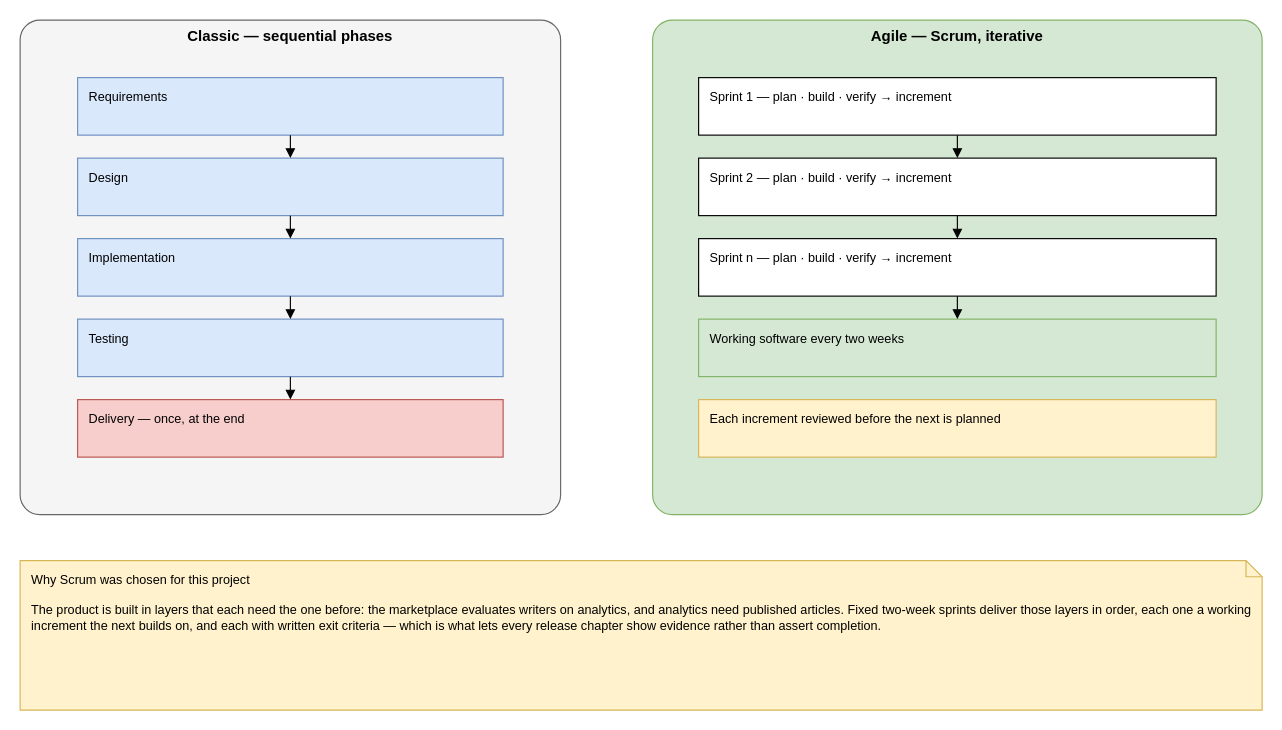
inkwell-dev/spec.inkwell.ai keeps this draw.io diagram as diagrams/fig-1-2-waterfall-vs-agile/fig-1-2-waterfall-vs-agile.drawio. Above is the earlier version. Source tidied: cells renumbered, new cells numbered last; positions are measured from the earlier drawing's top-left corner, leaving out a move shared by most shapes. Both pictures are drawn from the tidied source at 115%, with x=0, y=0 at pixel (20, 20).
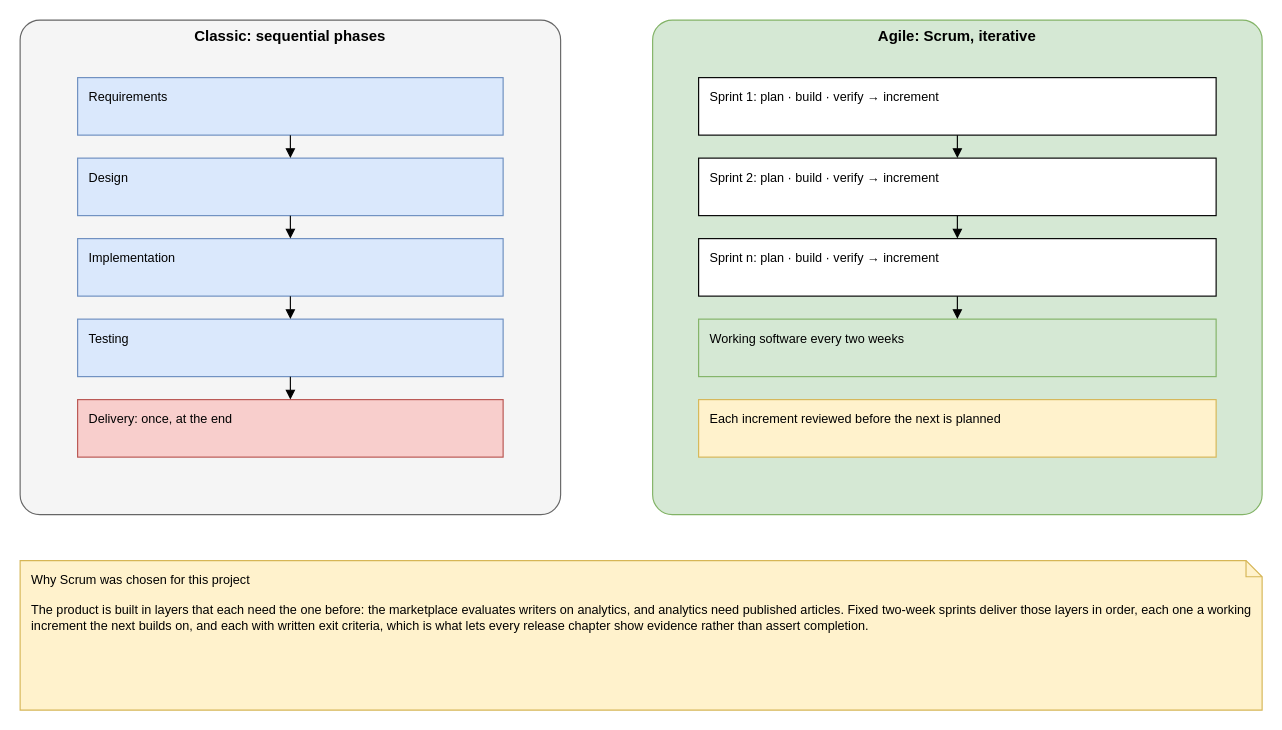
The same diagram, later.

Change to the diagram source:
```diff
@@
-    <mxCell id="2" value="Classic — sequential phases" style="rounded=1;whiteSpace=wrap;html=1;verticalAlign=top;fontStyle=1;fontSize=13;arcSize=4;fillColor=#F5F5F5;strokeColor=#666666;" parent="1" vertex="1">
+    <mxCell id="2" value="Classic: sequential phases" style="rounded=1;whiteSpace=wrap;html=1;verticalAlign=top;fontStyle=1;fontSize=13;arcSize=4;fillColor=#F5F5F5;strokeColor=#666666;" parent="1" vertex="1">
       <mxGeometry width="470" height="430" as="geometry" />
     </mxCell>
@@
-    <mxCell id="7" value="Delivery — once, at the end" style="rounded=0;whiteSpace=wrap;html=1;verticalAlign=top;align=left;spacingLeft=8;spacingTop=4;fontSize=11;fillColor=#F8CECC;strokeColor=#B85450;" parent="1" vertex="1">
+    <mxCell id="7" value="Delivery: once, at the end" style="rounded=0;whiteSpace=wrap;html=1;verticalAlign=top;align=left;spacingLeft=8;spacingTop=4;fontSize=11;fillColor=#F8CECC;strokeColor=#B85450;" parent="1" vertex="1">
       <mxGeometry x="50" y="330" width="370" height="50" as="geometry" />
     </mxCell>
-    <mxCell id="8" value="Agile — Scrum, iterative" style="rounded=1;whiteSpace=wrap;html=1;verticalAlign=top;fontStyle=1;fontSize=13;arcSize=4;fillColor=#D5E8D4;strokeColor=#82B366;" parent="1" vertex="1">
+    <mxCell id="8" value="Agile: Scrum, iterative" style="rounded=1;whiteSpace=wrap;html=1;verticalAlign=top;fontStyle=1;fontSize=13;arcSize=4;fillColor=#D5E8D4;strokeColor=#82B366;" parent="1" vertex="1">
       <mxGeometry x="550" width="530" height="430" as="geometry" />
     </mxCell>
-    <mxCell id="9" value="Sprint 1 — plan · build · verify → increment" style="rounded=0;whiteSpace=wrap;html=1;verticalAlign=top;align=left;spacingLeft=8;spacingTop=4;fontSize=11;fillColor=#FFFFFF;strokeColor=#000000;" parent="1" vertex="1">
+    <mxCell id="9" value="Sprint 1: plan · build · verify → increment" style="rounded=0;whiteSpace=wrap;html=1;verticalAlign=top;align=left;spacingLeft=8;spacingTop=4;fontSize=11;fillColor=#FFFFFF;strokeColor=#000000;" parent="1" vertex="1">
       <mxGeometry x="590" y="50" width="450" height="50" as="geometry" />
     </mxCell>
-    <mxCell id="10" value="Sprint 2 — plan · build · verify → increment" style="rounded=0;whiteSpace=wrap;html=1;verticalAlign=top;align=left;spacingLeft=8;spacingTop=4;fontSize=11;fillColor=#FFFFFF;strokeColor=#000000;" parent="1" vertex="1">
+    <mxCell id="10" value="Sprint 2: plan · build · verify → increment" style="rounded=0;whiteSpace=wrap;html=1;verticalAlign=top;align=left;spacingLeft=8;spacingTop=4;fontSize=11;fillColor=#FFFFFF;strokeColor=#000000;" parent="1" vertex="1">
       <mxGeometry x="590" y="120" width="450" height="50" as="geometry" />
     </mxCell>
-    <mxCell id="11" value="Sprint n — plan · build · verify → increment" style="rounded=0;whiteSpace=wrap;html=1;verticalAlign=top;align=left;spacingLeft=8;spacingTop=4;fontSize=11;fillColor=#FFFFFF;strokeColor=#000000;" parent="1" vertex="1">
+    <mxCell id="11" value="Sprint n: plan · build · verify → increment" style="rounded=0;whiteSpace=wrap;html=1;verticalAlign=top;align=left;spacingLeft=8;spacingTop=4;fontSize=11;fillColor=#FFFFFF;strokeColor=#000000;" parent="1" vertex="1">
       <mxGeometry x="590" y="190" width="450" height="50" as="geometry" />
     </mxCell>
@@
-    <mxCell id="14" value="Why Scrum was chosen for this project&lt;br&gt;&lt;br&gt;The product is built in layers that each need the one before: the marketplace evaluates writers on analytics, and analytics need published articles. Fixed two-week sprints deliver those layers in order, each one a working increment the next builds on, and each with written exit criteria — which is what lets every release chapter show evidence rather than assert completion." style="shape=note;whiteSpace=wrap;html=1;size=14;fontSize=11;align=left;verticalAlign=top;spacingLeft=8;spacingTop=4;fillColor=#FFF2CC;strokeColor=#D6B656;" parent="1" vertex="1">
+    <mxCell id="14" value="Why Scrum was chosen for this project&lt;br&gt;&lt;br&gt;The product is built in layers that each need the one before: the marketplace evaluates writers on analytics, and analytics need published articles. Fixed two-week sprints deliver those layers in order, each one a working increment the next builds on, and each with written exit criteria, which is what lets every release chapter show evidence rather than assert completion." style="shape=note;whiteSpace=wrap;html=1;size=14;fontSize=11;align=left;verticalAlign=top;spacingLeft=8;spacingTop=4;fillColor=#FFF2CC;strokeColor=#D6B656;" parent="1" vertex="1">
       <mxGeometry y="470" width="1080" height="130" as="geometry" />
     </mxCell>
```
